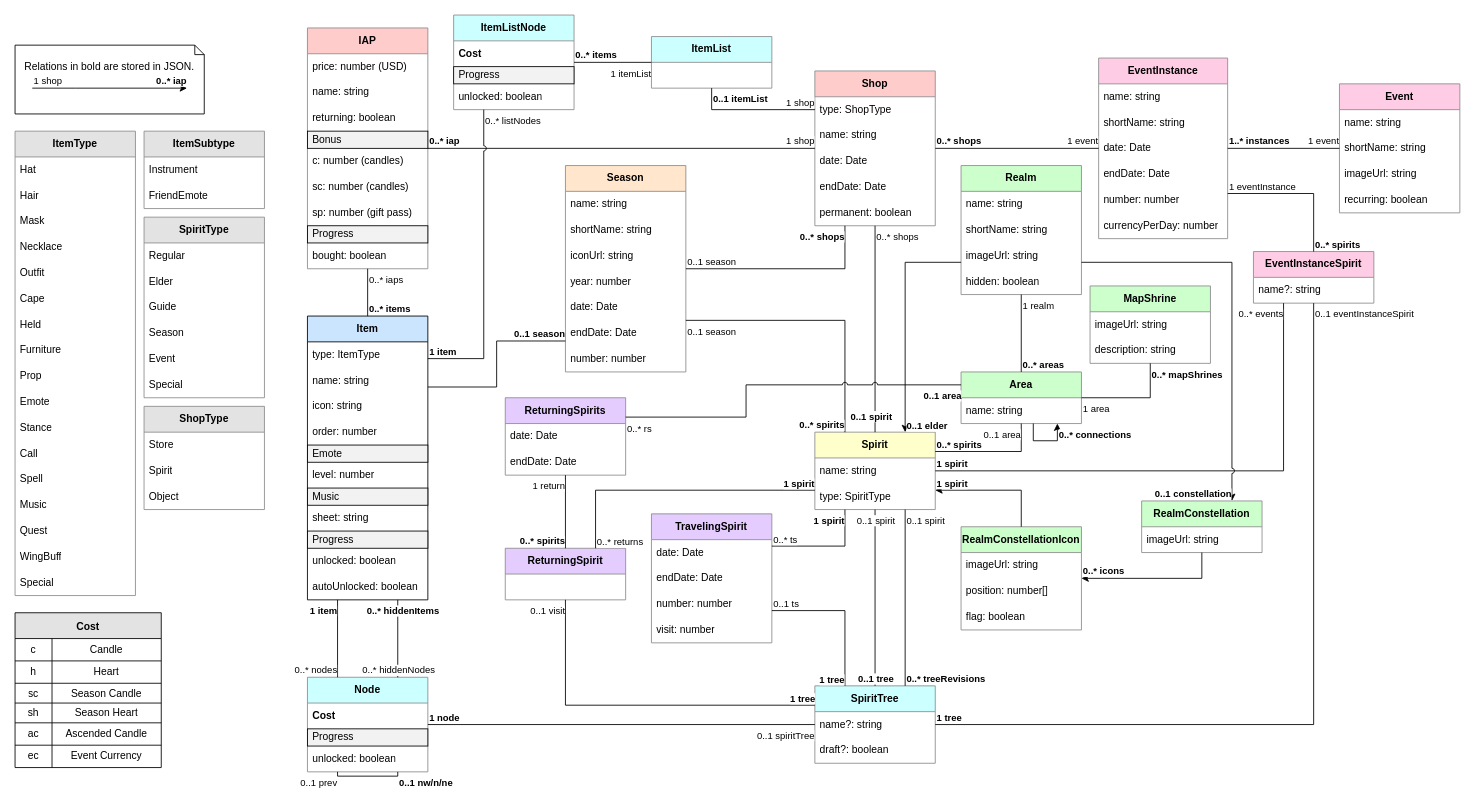
The draw.io diagram diagrams/SkyPlannerData.drawio in Silverfeelin/SkyGame-Planner, before the edit. Source tidied: cells renumbered, new cells numbered last; positions are measured from the earlier drawing's top-left corner, leaving out a move shared by most shapes. Both pictures are drawn from the tidied source at 86%, with x=0, y=0 at pixel (15, 15).
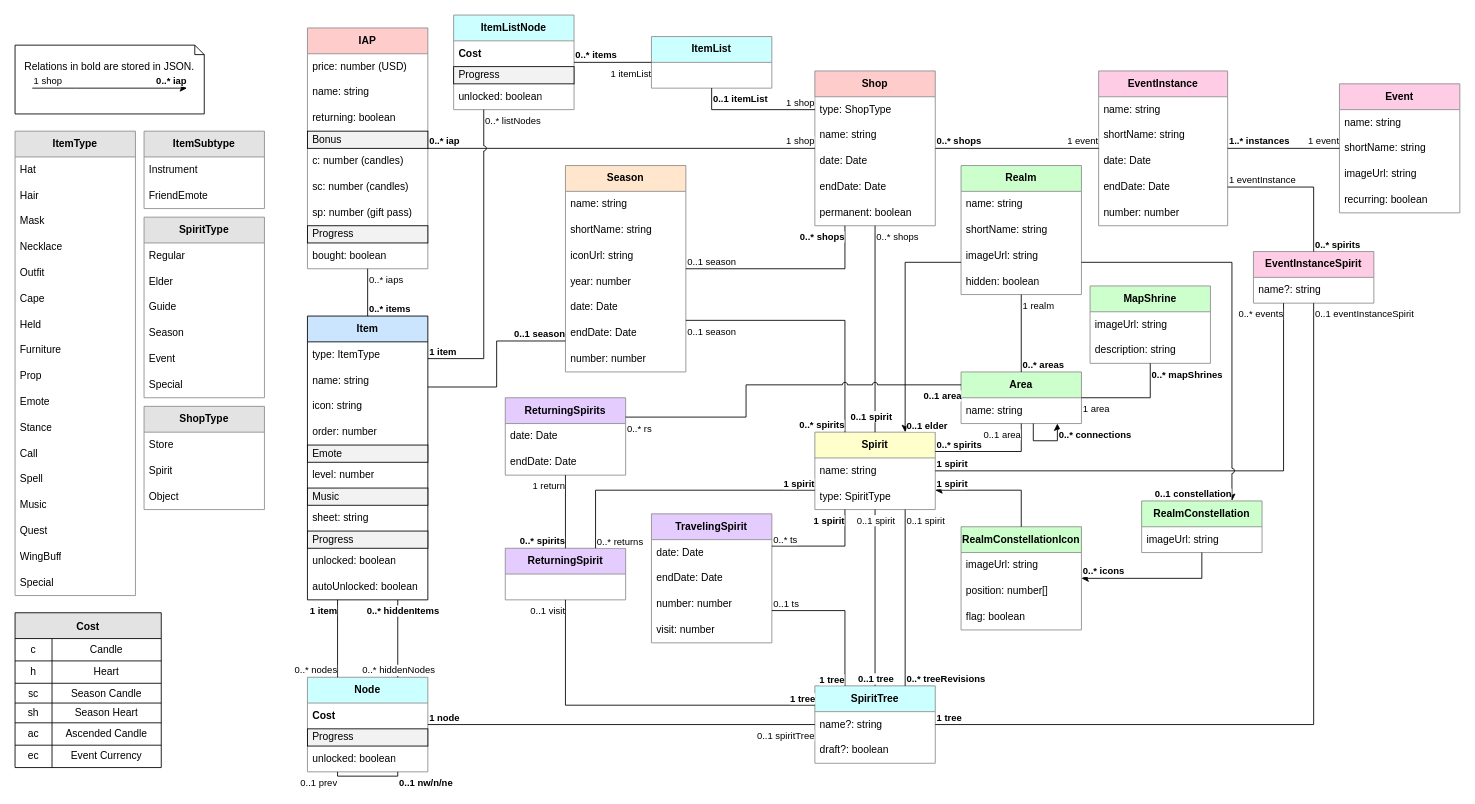
After the change.

What changed in the source:
```diff
@@
     <mxCell id="97" value="EventInstance" style="swimlane;fontStyle=1;horizontal=1;startSize=30;whiteSpace=wrap;html=1;fillStyle=auto;strokeColor=#8C8C8C;fillColor=#FFCCE6;" parent="1" vertex="1">
-      <mxGeometry x="1260" y="50" width="150" height="210" as="geometry" />
+      <mxGeometry x="1260" y="65" width="150" height="180" as="geometry" />
     </mxCell>
@@
-    <mxCell id="103" value="currencyPerDay: number" style="text;strokeColor=none;fillColor=none;align=left;verticalAlign=middle;spacingLeft=4;spacingRight=4;overflow=hidden;whiteSpace=wrap;html=1;fillStyle=auto;" parent="97" vertex="1">
-      <mxGeometry y="180" width="150" height="30" as="geometry" />
-    </mxCell>
```
